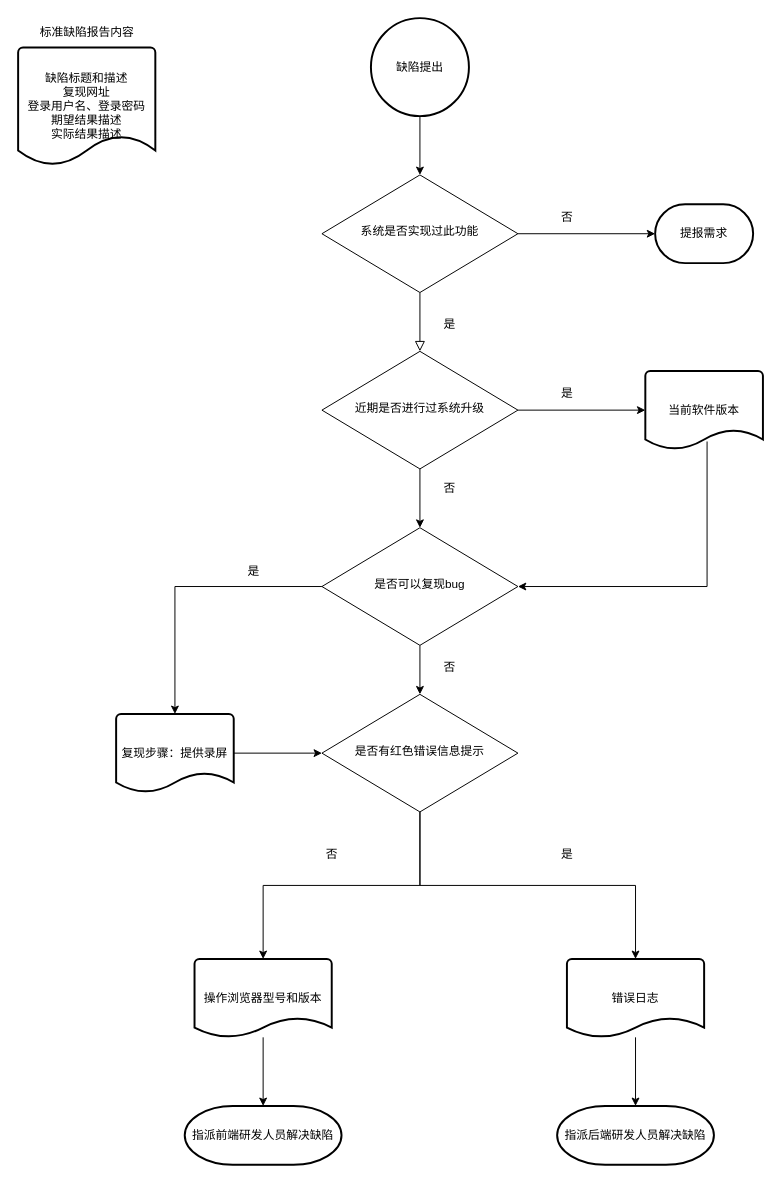
This is 缺陷提报流程.drawio from javascriptfield/drawio, a draw.io file, before an edit. Source tidied: cells renumbered, new cells numbered last; positions are measured from the earlier drawing's top-left corner, leaving out a move shared by most shapes. Both pictures are drawn from the tidied source at 98%, with x=0, y=0 at pixel (18, 18).
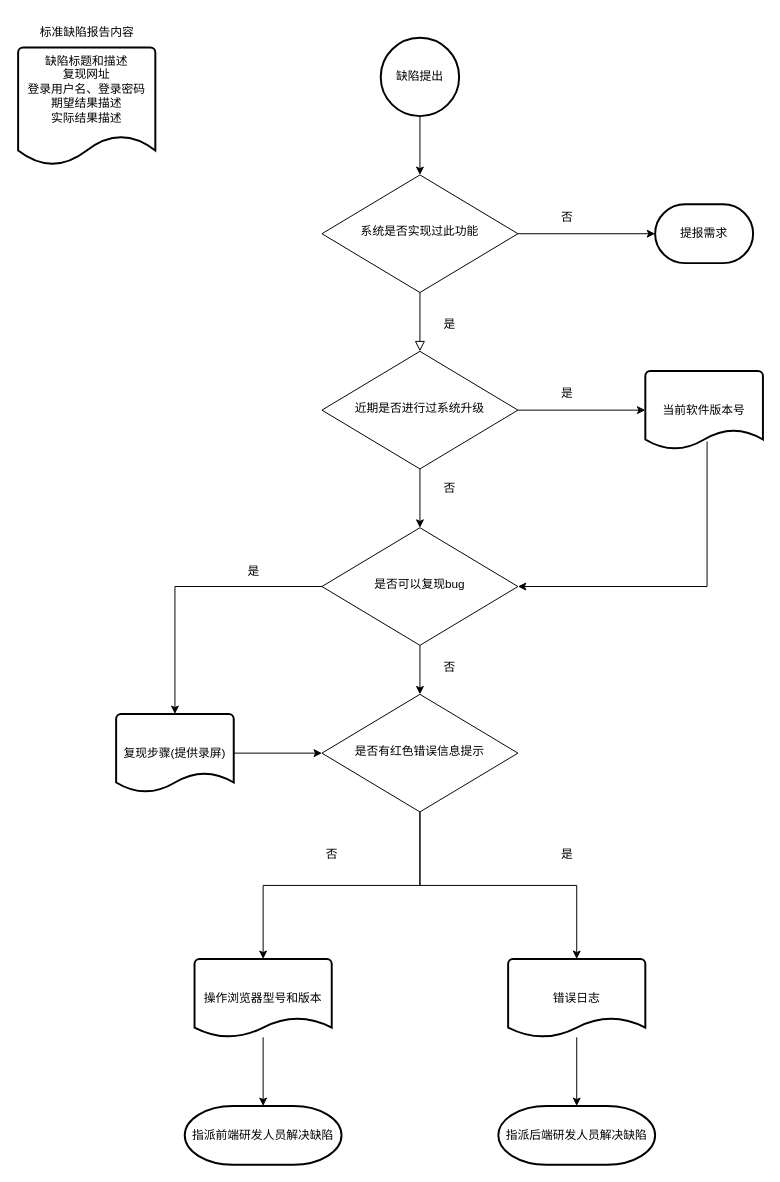
After the change.

Commit message:
更新缺陷提报流程.drawio

The edit, as a diff of the source:
```diff
@@
     <mxCell id="18" value="错误日志" style="strokeWidth=2;html=1;shape=mxgraph.flowchart.document2;whiteSpace=wrap;size=0.25;" parent="1" vertex="1">
-      <mxGeometry x="560" y="960" width="140" height="80" as="geometry" />
+      <mxGeometry x="500" y="960" width="140" height="80" as="geometry" />
     </mxCell>
-    <mxCell id="19" value="缺陷标题和描述&lt;br&gt;复现网址&lt;br&gt;登录用户名、登录密码&lt;br&gt;期望结果描述&lt;br&gt;实际结果描述" style="strokeWidth=2;html=1;shape=mxgraph.flowchart.document2;whiteSpace=wrap;size=0.25;" parent="1" vertex="1">
+    <mxCell id="19" value="缺陷标题和描述&lt;br&gt;复现网址&lt;br&gt;登录用户名、登录密码&lt;br&gt;期望结果描述&lt;br&gt;实际结果描述" style="strokeWidth=2;html=1;shape=mxgraph.flowchart.document2;whiteSpace=wrap;size=0.25;verticalAlign=top;" parent="1" vertex="1">
       <mxGeometry y="30" width="140" height="120" as="geometry" />
     </mxCell>
@@
-    <mxCell id="22" value="当前软件版本" style="strokeWidth=2;html=1;shape=mxgraph.flowchart.document2;whiteSpace=wrap;size=0.25;" parent="1" vertex="1">
+    <mxCell id="22" value="当前软件版本号" style="strokeWidth=2;html=1;shape=mxgraph.flowchart.document2;whiteSpace=wrap;size=0.25;" parent="1" vertex="1">
       <mxGeometry x="640" y="360" width="120" height="80" as="geometry" />
     </mxCell>
@@
     <mxCell id="26" value="缺陷提出" style="strokeWidth=2;html=1;shape=mxgraph.flowchart.start_2;whiteSpace=wrap;" parent="1" vertex="1">
-      <mxGeometry x="360" width="100" height="100" as="geometry" />
+      <mxGeometry x="370" y="20" width="80" height="80" as="geometry" />
     </mxCell>
@@
-    <mxCell id="33" value="复现步骤：提供录屏" style="strokeWidth=2;html=1;shape=mxgraph.flowchart.document2;whiteSpace=wrap;size=0.25;" parent="1" vertex="1">
+    <mxCell id="33" value="复现步骤(提供录屏)" style="strokeWidth=2;html=1;shape=mxgraph.flowchart.document2;whiteSpace=wrap;size=0.25;" parent="1" vertex="1">
       <mxGeometry x="100" y="710" width="120" height="80" as="geometry" />
     </mxCell>
@@
     <mxCell id="35" value="指派后端研发人员解决缺陷" style="strokeWidth=2;html=1;shape=mxgraph.flowchart.terminator;whiteSpace=wrap;" parent="1" vertex="1">
-      <mxGeometry x="550" y="1110" width="160" height="60" as="geometry" />
+      <mxGeometry x="490" y="1110" width="160" height="60" as="geometry" />
     </mxCell>
```
